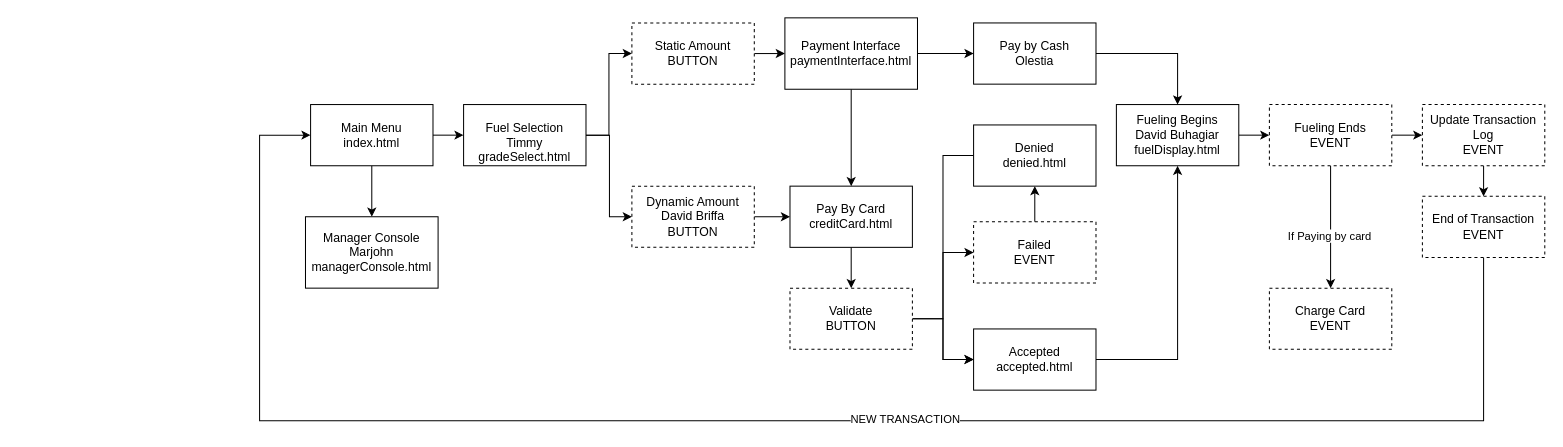
The draw.io diagram GasStation.drawio in David-Briffa/CIS2207-Assignment, before the edit. Source tidied: cells renumbered, new cells numbered last; positions are measured from the earlier drawing's top-left corner, leaving out a move shared by most shapes. Both pictures are drawn from the tidied source at 102%, with x=0, y=0 at pixel (259, 17).
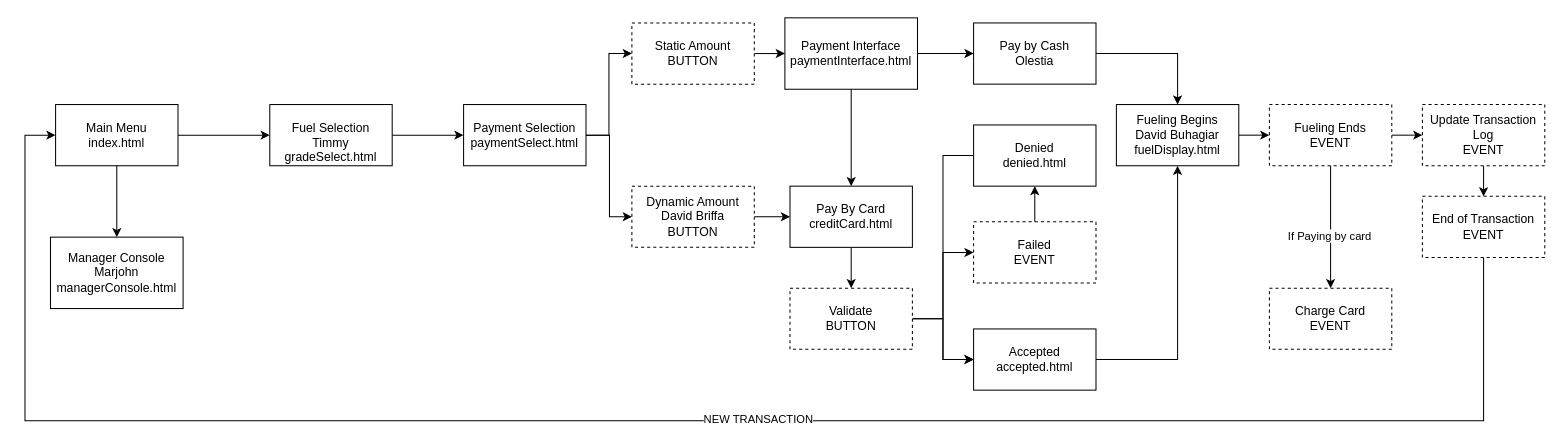
The same diagram, later.

Commit message (it also covers changes not shown here):
Fuel Selection 1.0

Unchanged cells that the change refers to:
```xml
<mxCell id="24" value="&lt;div&gt;Dynamic Amount&lt;/div&gt;&lt;div&gt;David Briffa&lt;/div&gt;&lt;div&gt;BUTTON&lt;br&gt;&lt;/div&gt;" style="rounded=0;whiteSpace=wrap;html=1;dashed=1;" parent="1" vertex="1">
  <mxGeometry x="365" y="165" width="120" height="60" as="geometry" />
</mxCell>
<mxCell id="26" value="&lt;div&gt;Static Amount&lt;/div&gt;BUTTON" style="rounded=0;whiteSpace=wrap;html=1;dashed=1;" parent="1" vertex="1">
  <mxGeometry x="365" y="5" width="120" height="60" as="geometry" />
</mxCell>
<mxCell id="34" value="&lt;div&gt;End of Transaction&lt;/div&gt;EVENT" style="rounded=0;whiteSpace=wrap;html=1;dashed=1;" parent="1" vertex="1">
  <mxGeometry x="1140" y="175" width="120" height="60" as="geometry" />
</mxCell>
```

Change to the diagram source:
```diff
@@
-    <mxCell id="27" style="edgeStyle=orthogonalEdgeStyle;rounded=0;jettySize=auto;html=1;exitX=1;exitY=0.5;exitDx=0;exitDy=0;entryX=0;entryY=0.5;entryDx=0;entryDy=0;" parent="1" edge="1" source="29" target="26">
+    <mxCell id="27" style="edgeStyle=orthogonalEdgeStyle;rounded=0;jettySize=auto;html=1;exitX=1;exitY=0.5;exitDx=0;exitDy=0;entryX=0;entryY=0.5;entryDx=0;entryDy=0;" parent="1" edge="1" source="42" target="26">
       <mxGeometry relative="1" as="geometry" />
     </mxCell>
-    <mxCell id="28" style="edgeStyle=orthogonalEdgeStyle;rounded=0;jettySize=auto;html=1;exitX=1;exitY=0.5;exitDx=0;exitDy=0;entryX=0;entryY=0.5;entryDx=0;entryDy=0;" parent="1" edge="1" source="29" target="24">
+    <mxCell id="28" style="edgeStyle=orthogonalEdgeStyle;rounded=0;jettySize=auto;html=1;exitX=1;exitY=0.5;exitDx=0;exitDy=0;entryX=0;entryY=0.5;entryDx=0;entryDy=0;" parent="1" edge="1" source="42" target="24">
       <mxGeometry relative="1" as="geometry">
         <Array as="points">
+          <mxPoint x="330" y="115" />
           <mxPoint x="343" y="115" />
           <mxPoint x="343" y="195" />
         </Array>
       </mxGeometry>
     </mxCell>
+    <mxCell id="41" style="edgeStyle=orthogonalEdgeStyle;rounded=0;jettySize=auto;html=1;entryX=0;entryY=0.5;entryDx=0;entryDy=0;" parent="1" edge="1" source="29" target="42">
+      <mxGeometry relative="1" as="geometry" />
+    </mxCell>
     <mxCell id="29" value="&lt;div&gt;&lt;br&gt;&lt;/div&gt;&lt;div&gt;Fuel Selection&lt;/div&gt;&lt;div&gt;Timmy&lt;/div&gt;&lt;div&gt;gradeSelect.html&lt;br&gt;&lt;/div&gt;" style="rounded=0;whiteSpace=wrap;html=1;" parent="1" vertex="1">
-      <mxGeometry x="200" y="85" width="120" height="60" as="geometry" />
+      <mxGeometry x="10" y="85" width="120" height="60" as="geometry" />
     </mxCell>
@@
     <mxCell id="32" style="edgeStyle=orthogonalEdgeStyle;rounded=0;jettySize=auto;html=1;entryX=0;entryY=0.5;entryDx=0;entryDy=0;" parent="1" edge="1" source="34" target="37">
       <mxGeometry relative="1" as="geometry">
         <Array as="points">
           <mxPoint x="1200" y="395" />
-          <mxPoint y="395" />
-          <mxPoint y="115" />
+          <mxPoint x="-230" y="395" />
+          <mxPoint x="-230" y="115" />
         </Array>
       </mxGeometry>
     </mxCell>
@@
     <mxCell id="37" value="&lt;div&gt;Main Menu&lt;/div&gt;&lt;div&gt;index.html&lt;br&gt;&lt;/div&gt;" style="rounded=0;whiteSpace=wrap;html=1;" parent="1" vertex="1">
-      <mxGeometry x="50" y="85" width="120" height="60" as="geometry" />
+      <mxGeometry x="-200" y="85" width="120" height="60" as="geometry" />
     </mxCell>
     <mxCell id="38" value="&lt;div&gt;Manager Console&lt;/div&gt;&lt;div&gt;Marjohn&lt;/div&gt;&lt;div&gt;managerConsole.html&lt;br&gt;&lt;/div&gt;" style="rounded=0;whiteSpace=wrap;html=1;" parent="1" vertex="1">
-      <mxGeometry x="45" y="195" width="130" height="70" as="geometry" />
+      <mxGeometry x="-205" y="215" width="130" height="70" as="geometry" />
     </mxCell>
@@
+    <mxCell id="42" value="Payment Selection&lt;br&gt;paymentSelect.html" style="rounded=0;whiteSpace=wrap;html=1;" parent="1" vertex="1">
+      <mxGeometry x="200" y="85" width="120" height="60" as="geometry" />
+    </mxCell>
```
